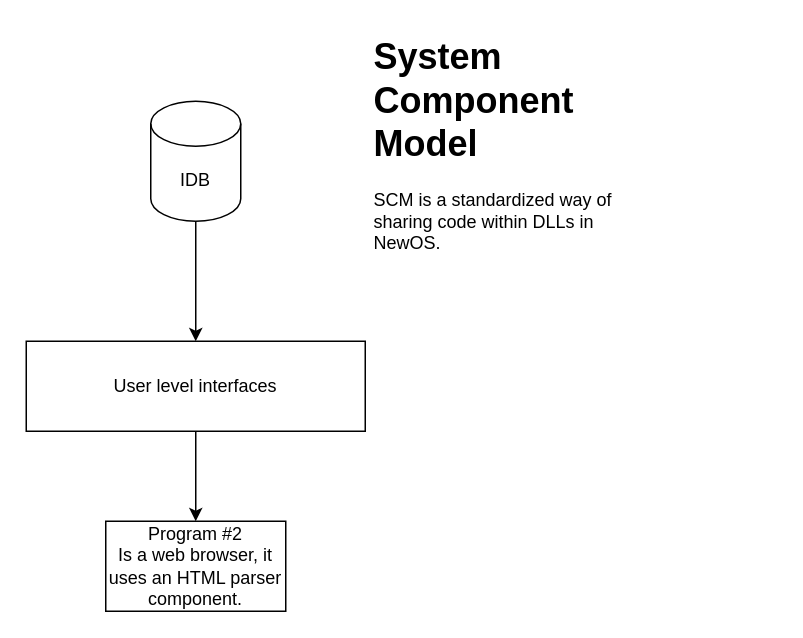
Earlier version of the draw.io diagram SCIKit/SCM.drawio (nekernel-org/nekernel). Source tidied: cells renumbered, new cells numbered last; positions are measured from the earlier drawing's top-left corner, leaving out a move shared by most shapes. Both pictures are drawn from the tidied source at 150%, with x=0, y=0 at pixel (26, 26).
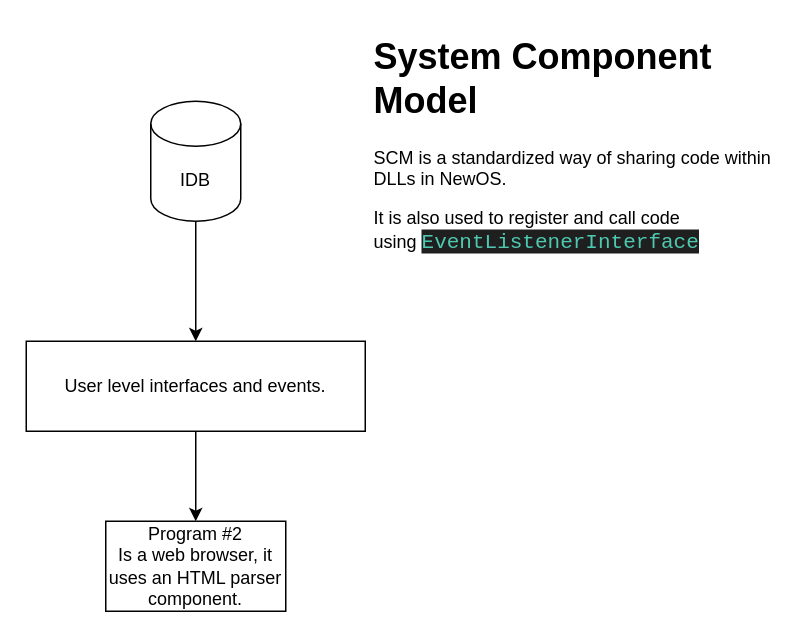
Above is the later version.

Commit message (it also covers changes not shown here):
+ Add EventListenerInterface protocol + Also added EventListenerInterface as a public class.

The edit, as a diff of the source:
```diff
@@
 <mxGraphModel>
   <root>
     <mxCell id="0" />
     <mxCell id="1" parent="0" />
     <mxCell id="2" style="edgeStyle=orthogonalEdgeStyle;rounded=0;jettySize=auto;html=1;exitX=0.5;exitY=1;exitDx=0;exitDy=0;entryX=0.5;entryY=0;entryDx=0;entryDy=0;" parent="1" edge="1" source="3" target="6">
       <mxGeometry relative="1" as="geometry" />
     </mxCell>
-    <mxCell id="3" value="User level interfaces" style="rounded=0;whiteSpace=wrap;html=1;" parent="1" vertex="1">
+    <mxCell id="3" value="User level interfaces and events." style="rounded=0;whiteSpace=wrap;html=1;" parent="1" vertex="1">
       <mxGeometry y="210" width="226" height="60" as="geometry" />
     </mxCell>
     <mxCell id="4" style="edgeStyle=orthogonalEdgeStyle;rounded=0;jettySize=auto;html=1;" parent="1" edge="1" source="5" target="3">
       <mxGeometry relative="1" as="geometry" />
     </mxCell>
     <mxCell id="5" value="IDB" style="shape=cylinder3;whiteSpace=wrap;html=1;boundedLbl=1;backgroundOutline=1;size=15;" parent="1" vertex="1">
       <mxGeometry x="83" y="50" width="60" height="80" as="geometry" />
     </mxCell>
     <mxCell id="6" value="Program #2&lt;div&gt;Is a web browser, it uses an HTML parser component.&lt;/div&gt;" style="rounded=0;whiteSpace=wrap;html=1;" parent="1" vertex="1">
       <mxGeometry x="53" y="330" width="120" height="60" as="geometry" />
     </mxCell>
-    <mxCell id="7" value="&lt;h1 style=&quot;margin-top: 0px;&quot;&gt;System Component Model&lt;/h1&gt;&lt;p&gt;SCM is a standardized way of sharing code within DLLs in NewOS.&lt;/p&gt;" style="text;html=1;whiteSpace=wrap;overflow=hidden;rounded=0;" parent="1" vertex="1">
-      <mxGeometry x="230" width="180" height="180" as="geometry" />
+    <mxCell id="7" value="&lt;h1 style=&quot;margin-top: 0px;&quot;&gt;System Component Model&lt;/h1&gt;&lt;p&gt;SCM is a standardized way of sharing code within DLLs in NewOS.&lt;/p&gt;&lt;p&gt;It is also used to register and call code using&amp;nbsp;&lt;span style=&quot;color: rgb(78, 201, 176); background-color: rgb(31, 31, 31); font-family: Consolas, &amp;quot;Courier New&amp;quot;, monospace; font-size: 14px;&quot;&gt;EventListenerInterface&lt;/span&gt;&lt;/p&gt;" style="text;html=1;whiteSpace=wrap;overflow=hidden;rounded=0;" parent="1" vertex="1">
+      <mxGeometry x="230" width="270" height="160" as="geometry" />
     </mxCell>
   </root>
 </mxGraphModel>
```
